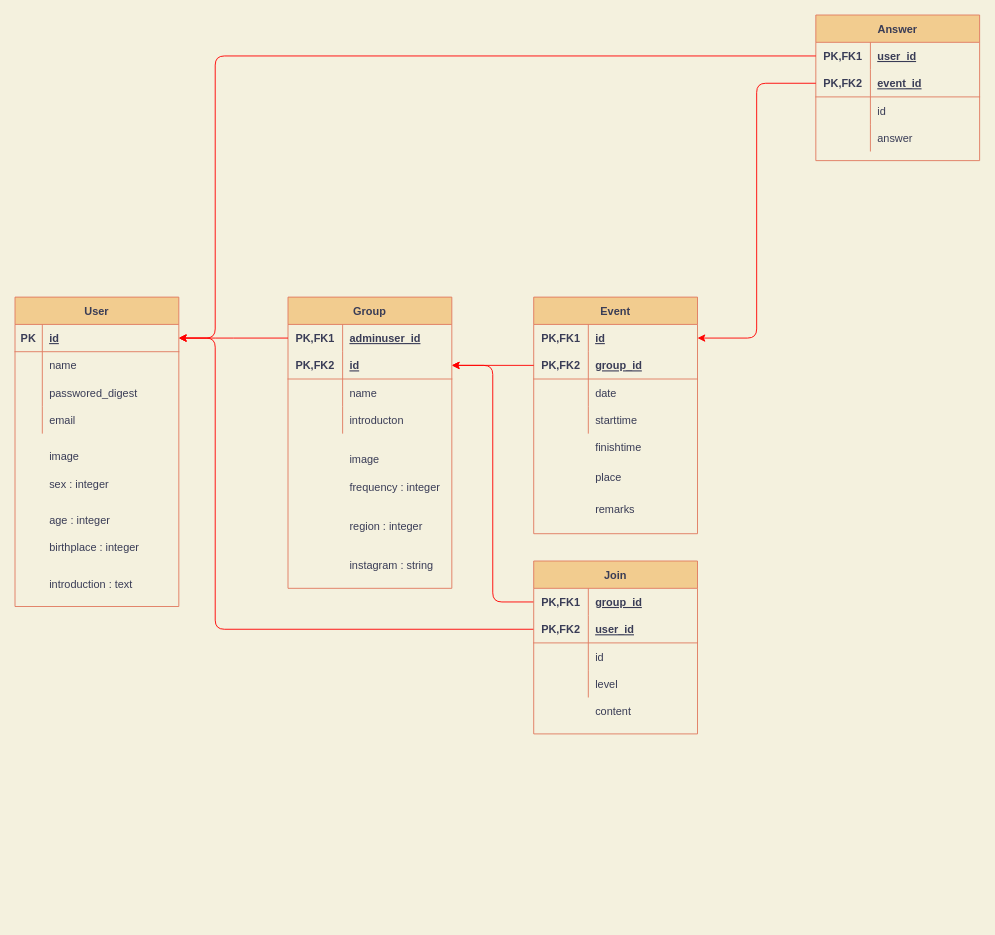
Above: syumix.dio in naoto911/sample_app (draw.io), before the change. Source tidied: cells renumbered, new cells numbered last; positions are measured from the earlier drawing's top-left corner, leaving out a move shared by most shapes. Both pictures are drawn from the tidied source at 91%, with x=0, y=0 at pixel (15, 15).
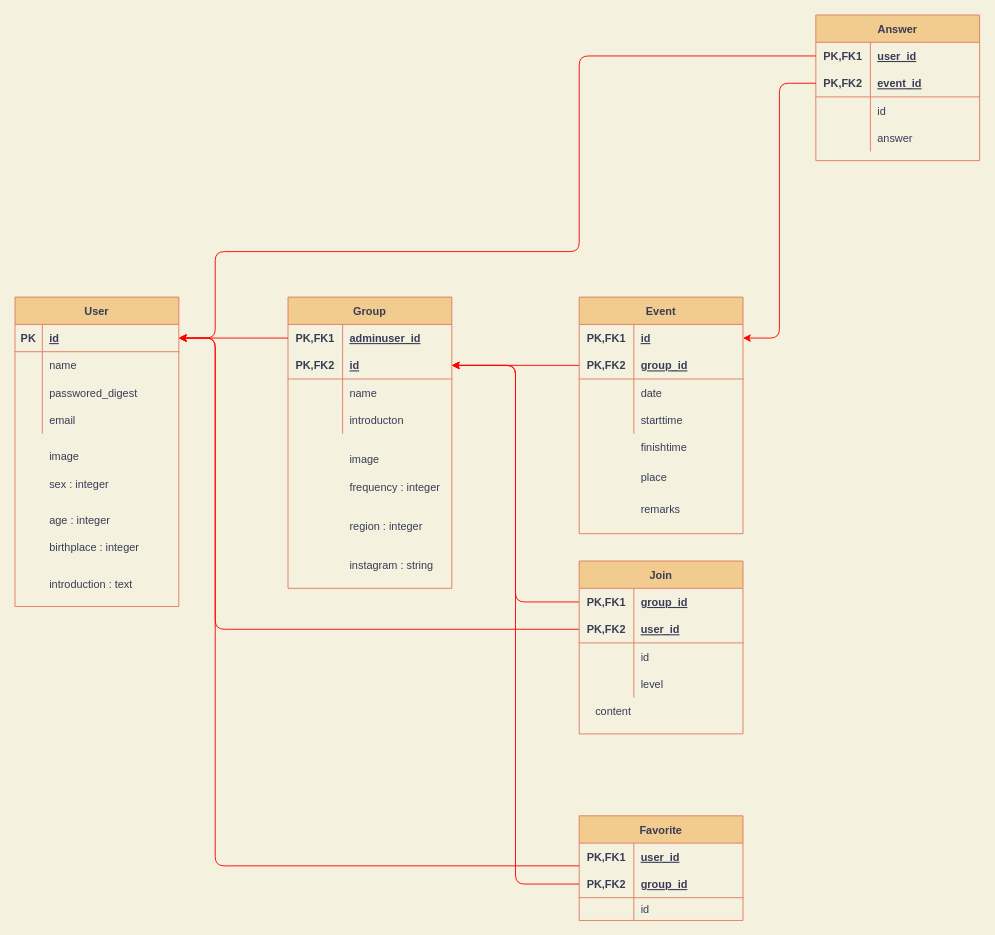
Above is the later version.

The change refers to these unchanged cells:
```xml
<mxCell id="3" style="shape=partialRectangle;fillColor=none;top=0;left=0;bottom=0;right=0;points=[[0,0.5],[1,0.5]];portConstraint=eastwest;strokeColor=#E07A5F;fontColor=#393C56;" parent="2" vertex="1">
  <mxGeometry y="30" width="180" height="30" as="geometry" />
</mxCell>
<mxCell id="20" style="shape=partialRectangle;fillColor=none;top=0;left=0;bottom=1;right=0;points=[[0,0.5],[1,0.5]];portConstraint=eastwest;strokeColor=#E07A5F;fontColor=#393C56;" parent="16" vertex="1">
  <mxGeometry y="60" width="180" height="30" as="geometry" />
</mxCell>
<mxCell id="66" style="shape=partialRectangle;fillColor=none;top=0;left=0;bottom=1;right=0;points=[[0,0.5],[1,0.5]];portConstraint=eastwest;strokeColor=#E07A5F;fontColor=#393C56;" parent="65" vertex="1">
  <mxGeometry y="30" width="180" height="30" as="geometry" />
</mxCell>
<mxCell id="85" style="group;" parent="1" vertex="1">
  <mxGeometry x="570" y="600" width="180" height="190" as="geometry" />
</mxCell>
```

Change to the diagram source:
```diff
@@
     <mxCell id="41" style="group;fontColor=#393C56;" parent="1" vertex="1">
-      <mxGeometry x="570" y="310" width="180" height="260" as="geometry" />
+      <mxGeometry x="620" y="310" width="180" height="260" as="geometry" />
     </mxCell>
@@
     <mxCell id="80" style="edgeStyle=orthogonalEdgeStyle;curved=0;rounded=1;sketch=0;jettySize=auto;html=1;exitX=0;exitY=0.5;exitDx=0;exitDy=0;entryX=1;entryY=0.5;entryDx=0;entryDy=0;fontColor=#393C56;strokeColor=#FF0000;fillColor=#F2CC8F;" parent="1" edge="1" source="3" target="66">
       <mxGeometry relative="1" as="geometry">
         <Array as="points">
-          <mxPoint x="220" y="45" />
+          <mxPoint x="620" y="45" />
+          <mxPoint x="620" y="260" />
+          <mxPoint x="220" y="260" />
           <mxPoint x="220" y="355" />
         </Array>
       </mxGeometry>
     </mxCell>
@@
     <mxCell id="86" value="Join" style="shape=table;startSize=30;childLayout=tableLayout;rowLines=0;fontStyle=1;align=center;rounded=0;sketch=0;fillColor=#F2CC8F;strokeColor=#E07A5F;fontColor=#393C56;" parent="85" vertex="1">
-      <mxGeometry width="180" height="190" as="geometry" />
+      <mxGeometry x="50" width="180" height="190" as="geometry" />
     </mxCell>
@@
+    <mxCell id="104" value="Favorite" style="shape=table;startSize=30;childLayout=tableLayout;rowLines=0;fontStyle=1;align=center;rounded=0;sketch=0;fillColor=#F2CC8F;strokeColor=#E07A5F;fontColor=#393C56;" parent="1" vertex="1">
+      <mxGeometry x="620" y="880" width="180" height="115" as="geometry" />
+    </mxCell>
+    <mxCell id="105" style="shape=partialRectangle;fillColor=none;top=0;left=0;bottom=0;right=0;points=[[0,0.5],[1,0.5]];portConstraint=eastwest;strokeColor=#E07A5F;fontColor=#393C56;" parent="104" vertex="1">
+      <mxGeometry y="30" width="180" height="30" as="geometry" />
+    </mxCell>
+    <mxCell id="106" value="PK,FK1" style="shape=partialRectangle;fillColor=none;top=0;left=0;bottom=0;right=0;fontStyle=1;overflow=hidden;strokeColor=#E07A5F;fontColor=#393C56;" parent="105" vertex="1">
+      <mxGeometry width="60" height="30" as="geometry" />
+    </mxCell>
+    <mxCell id="107" value="user_id" style="shape=partialRectangle;top=0;left=0;bottom=0;right=0;align=left;spacingLeft=6;fontStyle=5;overflow=hidden;fillColor=none;strokeColor=#E07A5F;fontColor=#393C56;" parent="105" vertex="1">
+      <mxGeometry x="60" width="120" height="30" as="geometry" />
+    </mxCell>
+    <mxCell id="108" style="shape=partialRectangle;fillColor=none;top=0;left=0;bottom=1;right=0;points=[[0,0.5],[1,0.5]];portConstraint=eastwest;strokeColor=#E07A5F;fontColor=#393C56;" parent="104" vertex="1">
+      <mxGeometry y="60" width="180" height="30" as="geometry" />
+    </mxCell>
+    <mxCell id="109" value="PK,FK2" style="shape=partialRectangle;fillColor=none;top=0;left=0;bottom=0;right=0;fontStyle=1;overflow=hidden;strokeColor=#E07A5F;fontColor=#393C56;" parent="108" vertex="1">
+      <mxGeometry width="60" height="30" as="geometry" />
+    </mxCell>
+    <mxCell id="110" value="group_id" style="shape=partialRectangle;fillColor=none;top=0;left=0;bottom=0;right=0;align=left;spacingLeft=6;fontStyle=5;overflow=hidden;strokeColor=#E07A5F;fontColor=#393C56;" parent="108" vertex="1">
+      <mxGeometry x="60" width="120" height="30" as="geometry" />
+    </mxCell>
+    <mxCell id="111" style="shape=partialRectangle;fillColor=none;top=0;left=0;bottom=0;right=0;strokeColor=#E07A5F;fontColor=#393C56;" parent="104" vertex="1">
+      <mxGeometry y="90" width="180" height="25" as="geometry" />
+    </mxCell>
+    <mxCell id="112" style="shape=partialRectangle;fillColor=none;top=0;left=0;bottom=0;right=0;overflow=hidden;strokeColor=#E07A5F;fontColor=#393C56;" parent="111" vertex="1">
+      <mxGeometry width="60" height="25" as="geometry" />
+    </mxCell>
+    <mxCell id="113" value="id" style="shape=partialRectangle;fillColor=none;top=0;left=0;bottom=0;right=0;align=left;spacingLeft=6;overflow=hidden;strokeColor=#E07A5F;fontColor=#393C56;" parent="111" vertex="1">
+      <mxGeometry x="60" width="120" height="25" as="geometry" />
+    </mxCell>
+    <mxCell id="114" style="edgeStyle=orthogonalEdgeStyle;html=1;strokeColor=#FF0000;entryX=1;entryY=0.5;entryDx=0;entryDy=0;" parent="1" edge="1" source="105" target="66">
+      <mxGeometry relative="1" as="geometry">
+        <Array as="points">
+          <mxPoint x="220" y="935" />
+          <mxPoint x="220" y="355" />
+        </Array>
+      </mxGeometry>
+    </mxCell>
+    <mxCell id="115" style="edgeStyle=orthogonalEdgeStyle;html=1;strokeColor=#FF0000;entryX=1;entryY=0.5;entryDx=0;entryDy=0;" parent="1" edge="1" source="108" target="20">
+      <mxGeometry relative="1" as="geometry">
+        <Array as="points">
+          <mxPoint x="550" y="955" />
+          <mxPoint x="550" y="385" />
+        </Array>
+      </mxGeometry>
+    </mxCell>
```
